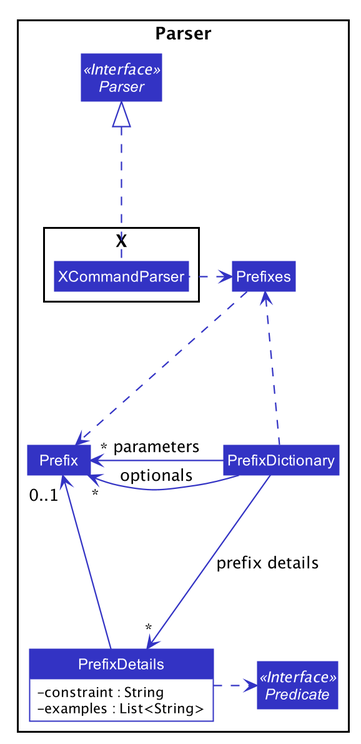
This is docs/images/ParserPackageDiagram2.png from nus-cs2103-AY1920S2/addressbook-level3, a PlantUML export, as it was before one commit.
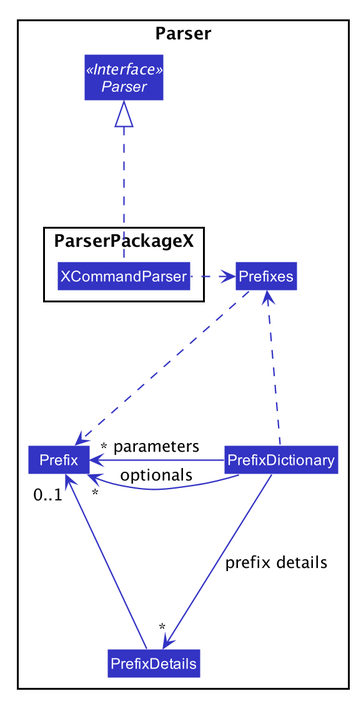
Above is the later version.

Diff of the diagram source:
```diff
@@ -49,30 +49,17 @@
 hide circle
 skinparam arrowThickness 1.1
 skinparam arrowColor #3333C4
-skinparam classBackgroundColor WHITE
-skinparam classHeaderBackgroundColor #3333C4
-skinparam classBorderColor #3333C4
-skinparam classAttributeIconSize 0
+skinparam classBackgroundColor #3333C4
+
 
 Package Parser <<Rectangle>>{
-
-Class PrefixDetails {
-    - constraint : String
-    - examples : List<String>
-}
-
-Interface Predicate <<Interface>>
-PrefixDetails .> Predicate
-
-show PrefixDetails members
-hide PrefixDetails methods
-
+Class PrefixDetails
 Class Prefixes
 Class PrefixDictionary
 Class Prefix
 
 Interface Parser <<Interface>>
-Package X {
+Package ParserPackageX {
     Class XCommandParser
 }
 
```
